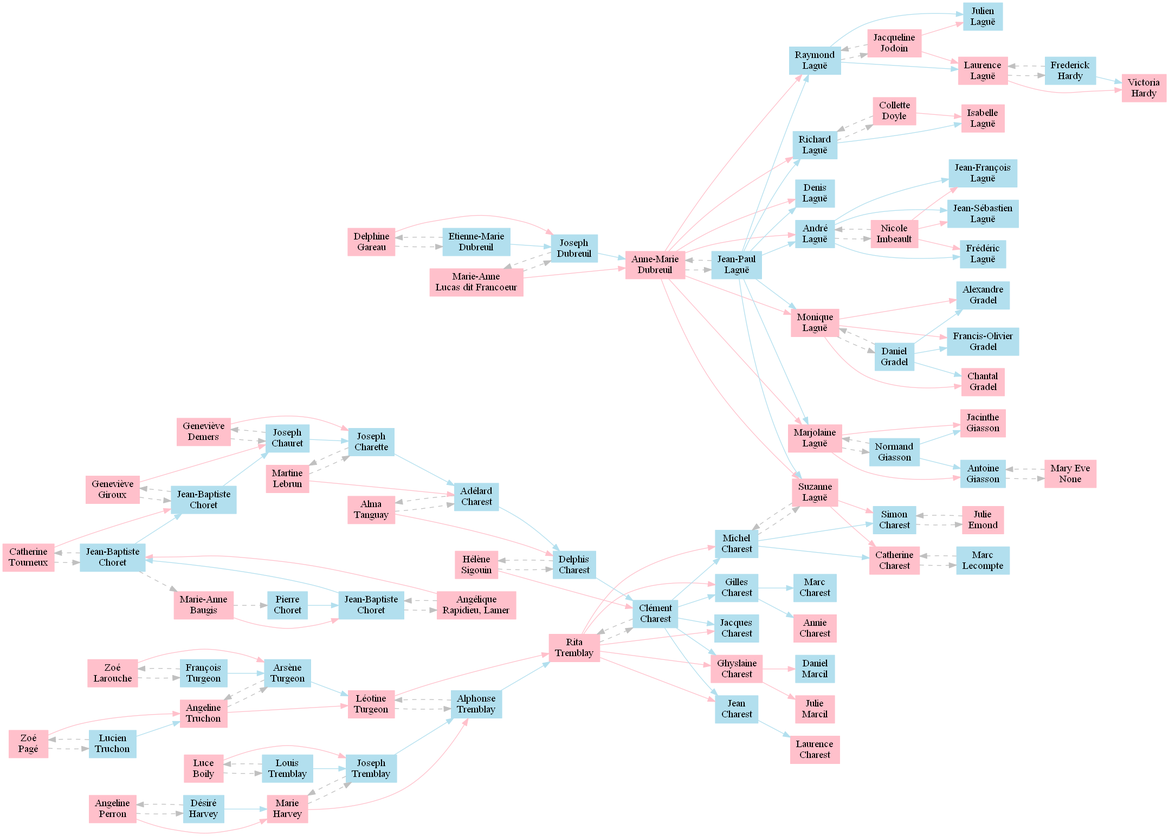
Before: genealopy/data/genealopy.gv.png, a diagram exported from Graphviz (Simon-Charest/genealopy). Its source is kept beside it as genealopy/data/genealopy.gv.
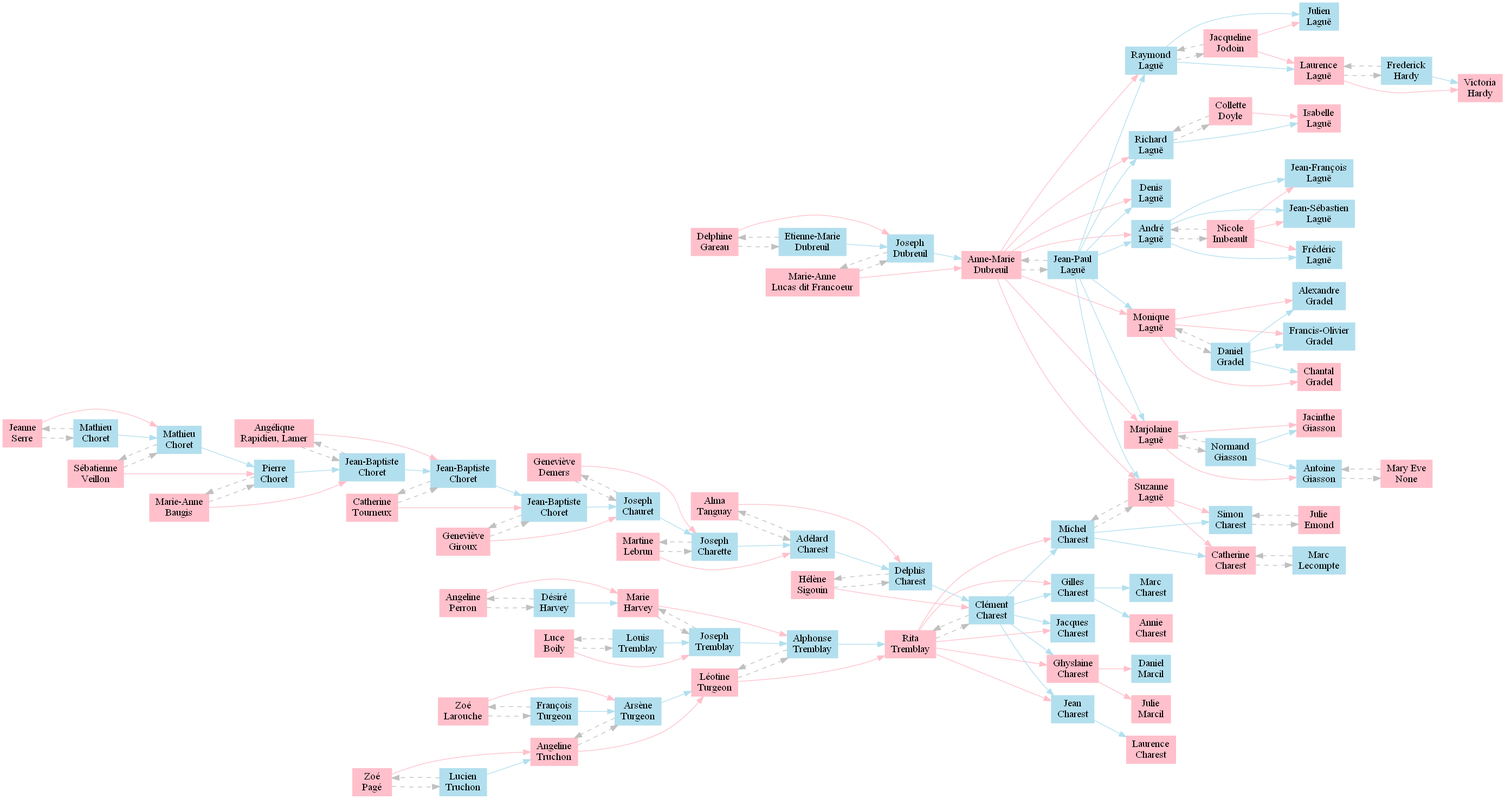
The same file after the commit.

Change to the diagram source:
```diff
@@ -571,36 +571,68 @@
 	"Angélique.Rapidieu" [label="Angélique
 Rapidieu, Lamer" color=pink shape=box style=filled]
 	"Angélique.Rapidieu" -> "Jean-Baptiste2.Choret" [color=pink style=solid]
-	"Jean-Baptiste1.Choret" [label="Jean-Baptiste
+	"Jean-Baptiste.Choret" [label="Jean-Baptiste
 Choret" color=lightblue2 shape=box style=filled]
-	"Jean-Baptiste1.Choret" -> "Jean-Baptiste2.Choret" [color=lightblue2 style=solid]
+	"Jean-Baptiste.Choret" -> "Jean-Baptiste2.Choret" [color=lightblue2 style=solid]
 	"Catherine.Tourneux" [label="Catherine
 Tourneux" color=pink shape=box style=filled]
 	"Catherine.Tourneux" -> "Jean-Baptiste2.Choret" [color=grey style=dashed]
 	"Angélique.Rapidieu" [label="Angélique
 Rapidieu, Lamer" color=pink shape=box style=filled]
-	"Jean-Baptiste1.Choret" [label="Jean-Baptiste
+	"Jean-Baptiste.Choret" [label="Jean-Baptiste
 Choret" color=lightblue2 shape=box style=filled]
-	"Jean-Baptiste1.Choret" -> "Angélique.Rapidieu" [color=grey style=dashed]
-	"Jean-Baptiste1.Choret" [label="Jean-Baptiste
+	"Jean-Baptiste.Choret" -> "Angélique.Rapidieu" [color=grey style=dashed]
+	"Jean-Baptiste.Choret" [label="Jean-Baptiste
 Choret" color=lightblue2 shape=box style=filled]
 	"Marie-Anne.Baugis" [label="Marie-Anne
 Baugis" color=pink shape=box style=filled]
-	"Marie-Anne.Baugis" -> "Jean-Baptiste1.Choret" [color=pink style=solid]
+	"Marie-Anne.Baugis" -> "Jean-Baptiste.Choret" [color=pink style=solid]
 	"Pierre.Choret" [label="Pierre
 Choret" color=lightblue2 shape=box style=filled]
-	"Pierre.Choret" -> "Jean-Baptiste1.Choret" [color=lightblue2 style=solid]
+	"Pierre.Choret" -> "Jean-Baptiste.Choret" [color=lightblue2 style=solid]
 	"Angélique.Rapidieu" [label="Angélique
 Rapidieu, Lamer" color=pink shape=box style=filled]
-	"Angélique.Rapidieu" -> "Jean-Baptiste1.Choret" [color=grey style=dashed]
+	"Angélique.Rapidieu" -> "Jean-Baptiste.Choret" [color=grey style=dashed]
 	"Marie-Anne.Baugis" [label="Marie-Anne
 Baugis" color=pink shape=box style=filled]
-	"Jean-Baptiste2.Choret" [label="Jean-Baptiste
-Choret" color=lightblue2 shape=box style=filled]
-	"Jean-Baptiste2.Choret" -> "Marie-Anne.Baugis" [color=grey style=dashed]
 	"Pierre.Choret" [label="Pierre
 Choret" color=lightblue2 shape=box style=filled]
+	"Pierre.Choret" -> "Marie-Anne.Baugis" [color=grey style=dashed]
+	"Pierre.Choret" [label="Pierre
+Choret" color=lightblue2 shape=box style=filled]
+	"Sébatienne.Veillon" [label="Sébatienne
+Veillon" color=pink shape=box style=filled]
+	"Sébatienne.Veillon" -> "Pierre.Choret" [color=pink style=solid]
+	"Mathieu2.Choret" [label="Mathieu
+Choret" color=lightblue2 shape=box style=filled]
+	"Mathieu2.Choret" -> "Pierre.Choret" [color=lightblue2 style=solid]
 	"Marie-Anne.Baugis" [label="Marie-Anne
 Baugis" color=pink shape=box style=filled]
 	"Marie-Anne.Baugis" -> "Pierre.Choret" [color=grey style=dashed]
+	"Sébatienne.Veillon" [label="Sébatienne
+Veillon" color=pink shape=box style=filled]
+	"Mathieu2.Choret" [label="Mathieu
+Choret" color=lightblue2 shape=box style=filled]
+	"Mathieu2.Choret" -> "Sébatienne.Veillon" [color=grey style=dashed]
+	"Mathieu2.Choret" [label="Mathieu
+Choret" color=lightblue2 shape=box style=filled]
+	"Jeanne.Serre" [label="Jeanne
+Serre" color=pink shape=box style=filled]
+	"Jeanne.Serre" -> "Mathieu2.Choret" [color=pink style=solid]
+	"Mathieu.Choret" [label="Mathieu
+Choret" color=lightblue2 shape=box style=filled]
+	"Mathieu.Choret" -> "Mathieu2.Choret" [color=lightblue2 style=solid]
+	"Sébatienne.Veillon" [label="Sébatienne
+Veillon" color=pink shape=box style=filled]
+	"Sébatienne.Veillon" -> "Mathieu2.Choret" [color=grey style=dashed]
+	"Jeanne.Serre" [label="Jeanne
+Serre" color=pink shape=box style=filled]
+	"Mathieu.Choret" [label="Mathieu
+Choret" color=lightblue2 shape=box style=filled]
+	"Mathieu.Choret" -> "Jeanne.Serre" [color=grey style=dashed]
+	"Mathieu.Choret" [label="Mathieu
+Choret" color=lightblue2 shape=box style=filled]
+	"Jeanne.Serre" [label="Jeanne
+Serre" color=pink shape=box style=filled]
+	"Jeanne.Serre" -> "Mathieu.Choret" [color=grey style=dashed]
 }
```
